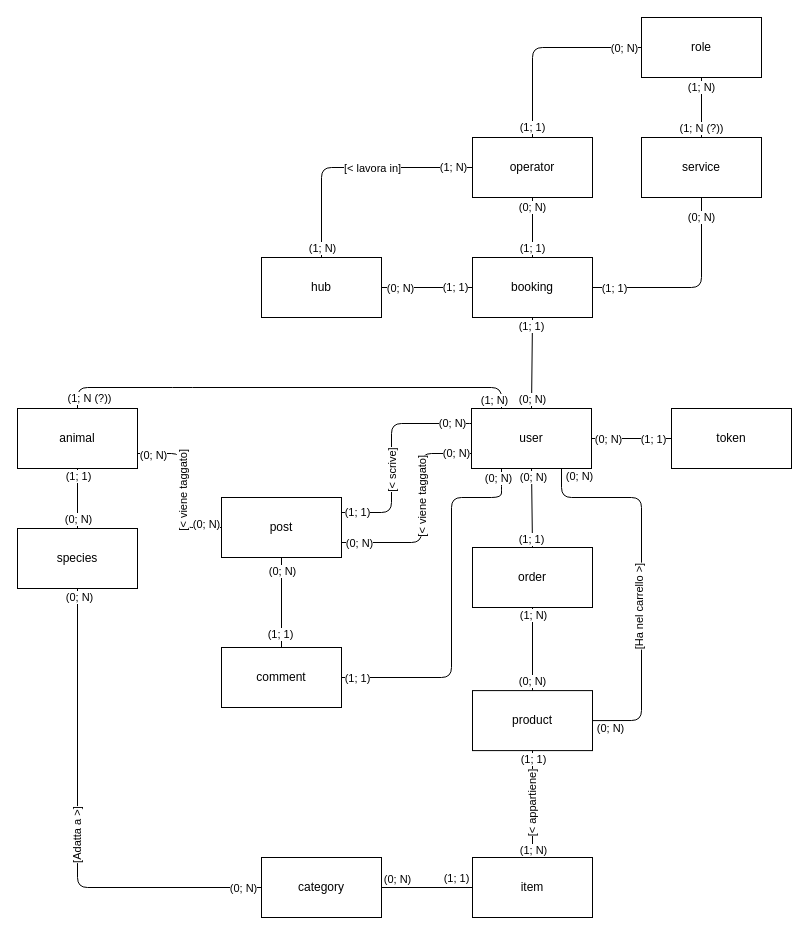
Earlier version of the draw.io diagram docs/db/animal_house_er.drawio (NotXia/animal-house). Source tidied: cells renumbered, new cells numbered last; positions are measured from the earlier drawing's top-left corner, leaving out a move shared by most shapes. Both pictures are drawn from the tidied source at 100%, with x=0, y=0 at pixel (17, 17).
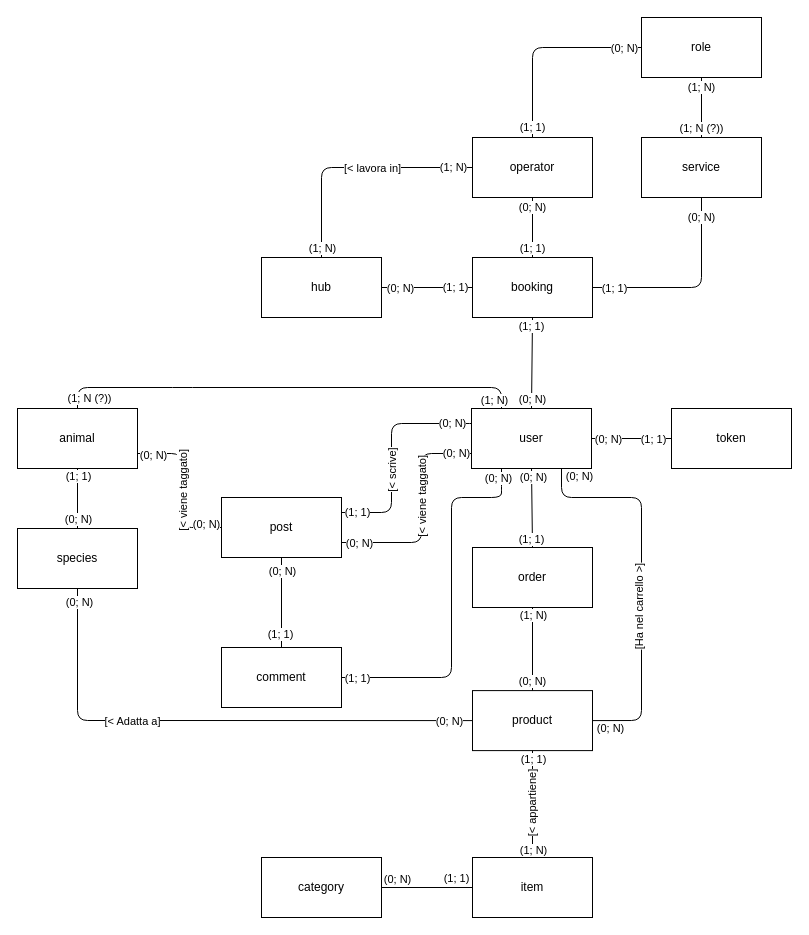
After the change.

The change refers to these unchanged cells:
```xml
<mxCell id="11" value="category" style="rounded=0;whiteSpace=wrap;html=1;" parent="1" vertex="1">
  <mxGeometry x="244" y="840" width="120" height="60" as="geometry" />
</mxCell>
<mxCell id="14" value="product" style="rounded=0;whiteSpace=wrap;html=1;" parent="1" vertex="1">
  <mxGeometry x="455" y="673.1" width="120" height="60" as="geometry" />
</mxCell>
<mxCell id="29" value="species" style="rounded=0;whiteSpace=wrap;html=1;" parent="1" vertex="1">
  <mxGeometry y="511" width="120" height="60" as="geometry" />
</mxCell>
```

Change to the diagram source:
```diff
@@
-    <mxCell id="30" style="endArrow=none;html=1;exitX=0.5;exitY=1;exitDx=0;exitDy=0;entryX=0;entryY=0.5;entryDx=0;entryDy=0;" parent="1" edge="1" source="29" target="11">
+    <mxCell id="30" style="endArrow=none;html=1;exitX=0.5;exitY=1;exitDx=0;exitDy=0;entryX=0;entryY=0.5;entryDx=0;entryDy=0;" parent="1" edge="1" source="29" target="14">
       <mxGeometry relative="1" as="geometry">
         <Array as="points">
-          <mxPoint x="60" y="870" />
+          <mxPoint x="60" y="703" />
         </Array>
       </mxGeometry>
     </mxCell>
@@
-    <mxCell id="33" value="[Adatta a &amp;gt;]" style="edgeLabel;html=1;align=center;verticalAlign=middle;direction=east;rotation=-90;" parent="30" vertex="1">
+    <mxCell id="33" value="[&amp;lt; Adatta a]" style="edgeLabel;html=1;align=center;verticalAlign=middle;direction=east;rotation=0;" parent="30" vertex="1">
       <mxGeometry x="-0.24" y="-1" relative="1" as="geometry">
-        <mxPoint y="64.1" as="offset" />
+        <mxPoint x="-13" y="-1" as="offset" />
       </mxGeometry>
     </mxCell>
```
